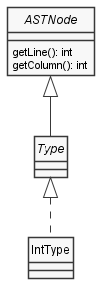
Above: docs/diagrams/Types.png in uo277440/dlp-compiler (PlantUML), before the change.
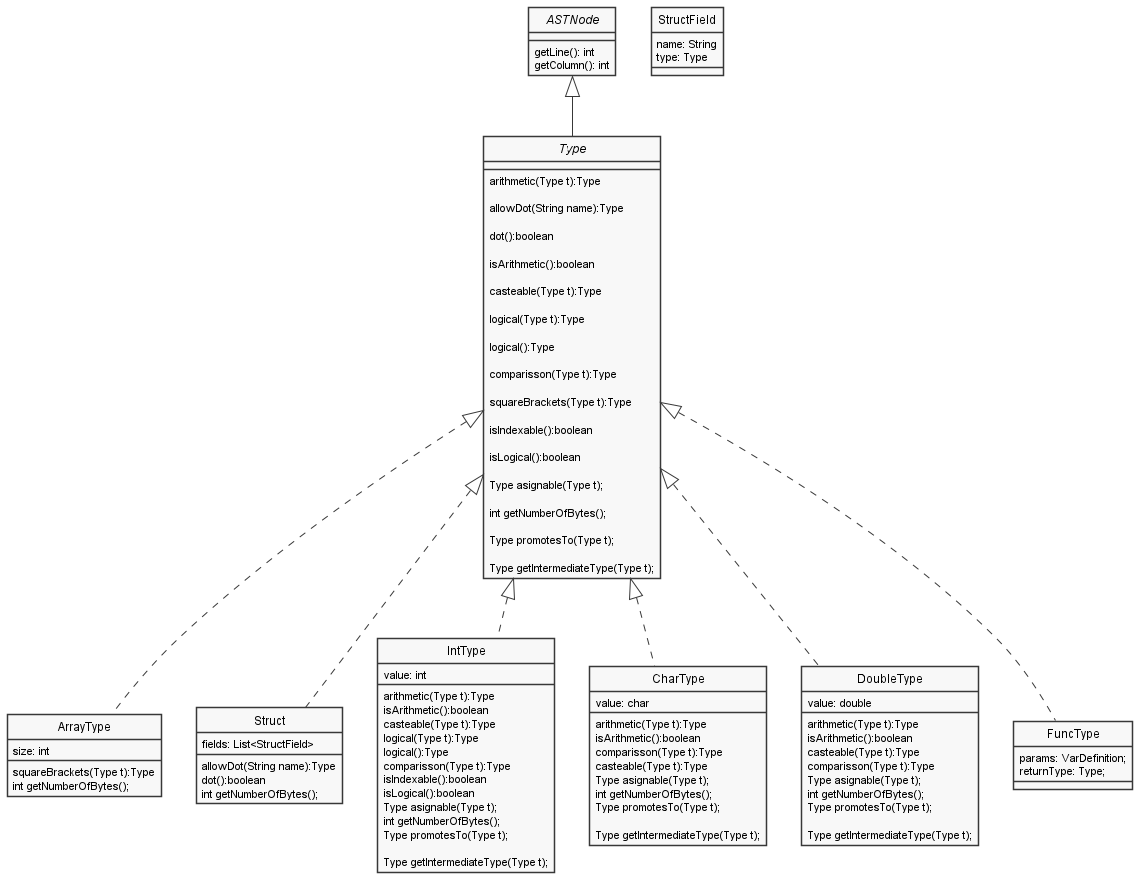
After the commit.

What changed in the source:
```diff
@@ -6,13 +6,108 @@
     getLine(): int
     getColumn(): int
 }
+class ArrayType{
+    size: int
+    squareBrackets(Type t):Type
+    int getNumberOfBytes();
+}
+class Struct {
+    fields: List<StructField>
+    allowDot(String name):Type
+    dot():boolean
+    int getNumberOfBytes();
 
-interface Type
+}
+class StructField{
+    name: String
+    type: Type
+
+}
+
+interface Type{
+   arithmetic(Type t):Type
+
+  allowDot(String name):Type
+
+  dot():boolean
+
+  isArithmetic():boolean
+
+  casteable(Type t):Type
+
+  logical(Type t):Type
+
+  logical():Type
+
+  comparisson(Type t):Type
+
+  squareBrackets(Type t):Type
+
+  isIndexable():boolean
+
+  isLogical():boolean
+
+  Type asignable(Type t);
+
+  int getNumberOfBytes();
+
+  Type promotesTo(Type t);
+
+  Type getIntermediateType(Type t);
+}
 
 ASTNode <|-- Type
 
-class IntType
+class IntType{
+    value: int
+    arithmetic(Type t):Type
+    isArithmetic():boolean
+    casteable(Type t):Type
+    logical(Type t):Type
+    logical():Type
+    comparisson(Type t):Type
+    isIndexable():boolean
+    isLogical():boolean
+    Type asignable(Type t);
+    int getNumberOfBytes();
+    Type promotesTo(Type t);
+
+  Type getIntermediateType(Type t);
+}
+class CharType{
+    value: char
+    arithmetic(Type t):Type
+    isArithmetic():boolean
+    comparisson(Type t):Type
+    casteable(Type t):Type
+    Type asignable(Type t);
+    int getNumberOfBytes();
+    Type promotesTo(Type t);
+
+  Type getIntermediateType(Type t);
+        }
+class DoubleType{
+    value: double
+    arithmetic(Type t):Type
+    isArithmetic():boolean
+    casteable(Type t):Type
+    comparisson(Type t):Type
+    Type asignable(Type t);
+    int getNumberOfBytes();
+    Type promotesTo(Type t);
+
+      Type getIntermediateType(Type t);
+      }
+class FuncType{
+params: VarDefinition;
+returnType: Type;
+}
 
 Type <|.. IntType
+Type <|.. CharType
+Type <|.. DoubleType
+Type <|.. FuncType
+Type <|.. Struct
+Type <|.. ArrayType
 
 @enduml
```
